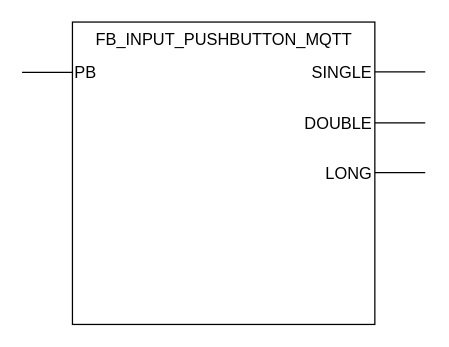
The draw.io diagram docs/_drawio/FB_INPUT_PUSHBUTTON_MQTT.drawio in MichielVanwelsenaere/HomeAutomation.CoDeSys3, before the edit. Source tidied: cells renumbered, new cells numbered last; positions are measured from the earlier drawing's top-left corner, leaving out a move shared by most shapes. Both pictures are drawn from the tidied source at 126%, with x=0, y=0 at pixel (21, 21).
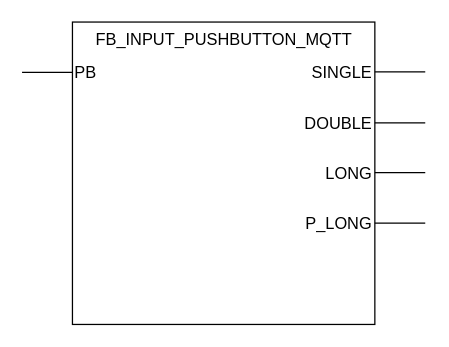
The same page after the edit.

Commit message (it also covers changes not shown here):
Feature/fb input pushbutton persistantlongpress (#10)

The edit, as a diff of the source:
```diff
@@
+    <mxCell id="12" value="&lt;div style=&quot;text-align: right&quot;&gt;&lt;span&gt;P_LONG&lt;/span&gt;&lt;/div&gt;" style="text;html=1;strokeColor=none;fillColor=none;align=right;verticalAlign=middle;whiteSpace=wrap;rounded=0;fontSize=13;" parent="1" vertex="1">
+      <mxGeometry x="200" y="150" width="80" height="20" as="geometry" />
+    </mxCell>
+    <mxCell id="13" style="endArrow=none;html=1;fontSize=13;" parent="1" edge="1">
+      <mxGeometry relative="1" as="geometry">
+        <mxPoint x="280" y="159.5" as="sourcePoint" />
+        <mxPoint x="320" y="159.5" as="targetPoint" />
+        <Array as="points">
+          <mxPoint x="280" y="159.5" />
+        </Array>
+      </mxGeometry>
+    </mxCell>
```
